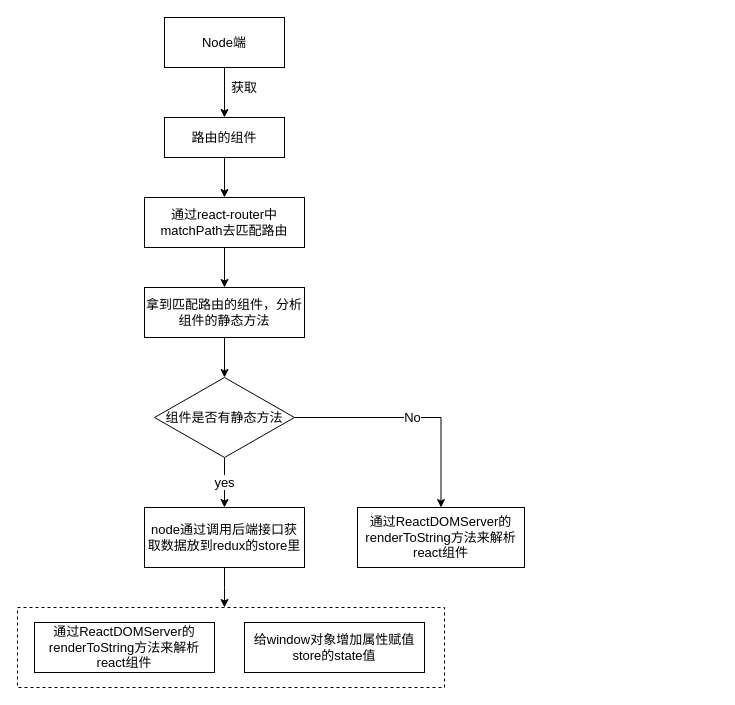
The draw.io diagram page "第 5 页" (5 of 8) of csr.drawio in happycodejs2/electron-project, before the edit. Source tidied: cells renumbered, new cells numbered last; positions are measured from the earlier drawing's top-left corner, leaving out a move shared by most shapes. Both pictures are drawn from the tidied source at 100%, with x=0, y=0 at pixel (17, 17).
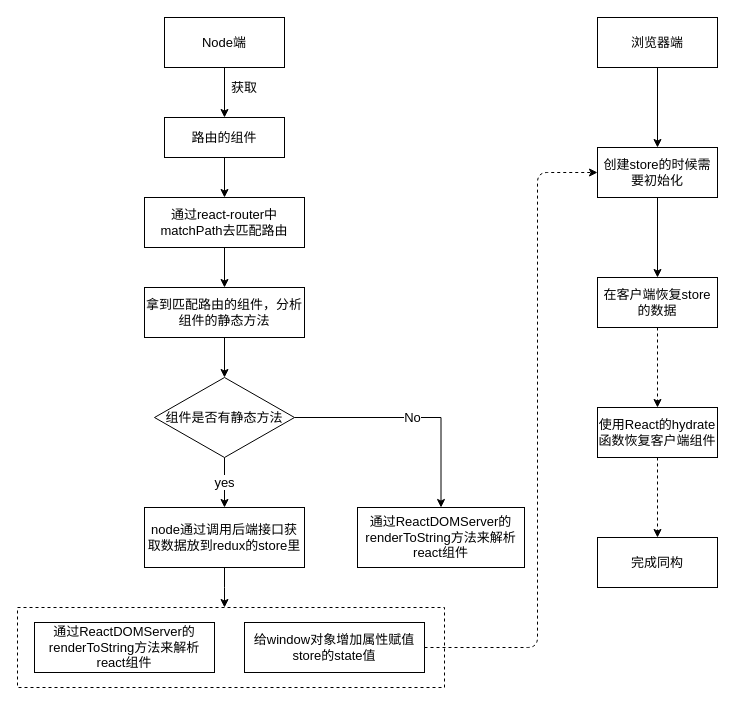
The same page after the edit.

Unchanged cells that the change refers to:
```xml
<mxCell id="18" value="给window对象增加属性赋值store的state值" style="rounded=0;whiteSpace=wrap;html=1;fontSize=13;" parent="1" vertex="1">
  <mxGeometry x="227" y="605" width="180" height="50" as="geometry" />
</mxCell>
```

Change to the diagram source:
```diff
@@
+    <mxCell id="20" style="edgeStyle=orthogonalEdgeStyle;rounded=0;jettySize=auto;html=1;strokeWidth=1;fontSize=13;" parent="1" edge="1" source="21" target="23">
+      <mxGeometry relative="1" as="geometry" />
+    </mxCell>
+    <mxCell id="21" value="浏览器端" style="rounded=0;whiteSpace=wrap;html=1;fontSize=13;" parent="1" vertex="1">
+      <mxGeometry x="580" width="120" height="50" as="geometry" />
+    </mxCell>
+    <mxCell id="22" style="edgeStyle=orthogonalEdgeStyle;rounded=0;jettySize=auto;html=1;strokeWidth=1;fontSize=13;" parent="1" edge="1" source="23" target="25">
+      <mxGeometry relative="1" as="geometry" />
+    </mxCell>
+    <mxCell id="23" value="创建store的时候需要初始化" style="rounded=0;whiteSpace=wrap;html=1;fontSize=13;" parent="1" vertex="1">
+      <mxGeometry x="580" y="130" width="120" height="50" as="geometry" />
+    </mxCell>
+    <mxCell id="24" style="edgeStyle=orthogonalEdgeStyle;rounded=0;jettySize=auto;html=1;dashed=1;strokeWidth=1;fontSize=13;" parent="1" edge="1" source="25" target="27">
+      <mxGeometry relative="1" as="geometry" />
+    </mxCell>
+    <mxCell id="25" value="在客户端恢复store的数据" style="rounded=0;whiteSpace=wrap;html=1;fontSize=13;" parent="1" vertex="1">
+      <mxGeometry x="580" y="260" width="120" height="50" as="geometry" />
+    </mxCell>
+    <mxCell id="26" style="edgeStyle=orthogonalEdgeStyle;rounded=0;jettySize=auto;html=1;dashed=1;strokeWidth=1;fontSize=13;" parent="1" edge="1" source="27" target="28">
+      <mxGeometry relative="1" as="geometry" />
+    </mxCell>
+    <mxCell id="27" value="使用React的hydrate函数恢复客户端组件" style="rounded=0;whiteSpace=wrap;html=1;fontSize=13;" parent="1" vertex="1">
+      <mxGeometry x="580" y="390" width="120" height="50" as="geometry" />
+    </mxCell>
+    <mxCell id="28" value="完成同构" style="rounded=0;whiteSpace=wrap;html=1;fontSize=13;" parent="1" vertex="1">
+      <mxGeometry x="580" y="520" width="120" height="50" as="geometry" />
+    </mxCell>
+    <mxCell id="29" style="endArrow=classic;html=1;strokeWidth=1;fontSize=13;exitX=1;exitY=0.5;exitDx=0;exitDy=0;entryX=0;entryY=0.5;entryDx=0;entryDy=0;dashed=1;" parent="1" edge="1" source="18" target="23">
+      <mxGeometry relative="1" as="geometry">
+        <Array as="points">
+          <mxPoint x="520" y="630" />
+          <mxPoint x="520" y="155" />
+        </Array>
+      </mxGeometry>
+    </mxCell>
```
